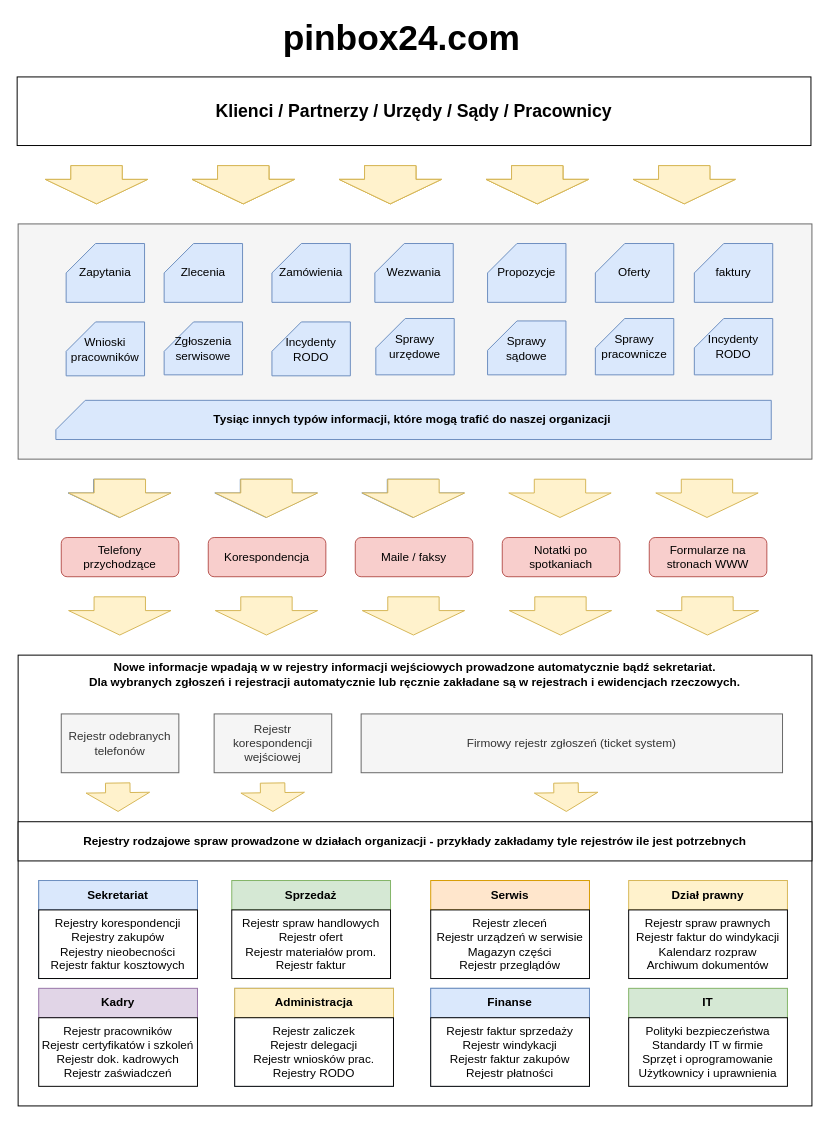
Above: flow-types.drawio in radieu/p24 (draw.io), before the change. Source tidied: cells renumbered, new cells numbered last; positions are measured from the earlier drawing's top-left corner, leaving out a move shared by most shapes. Both pictures are drawn from the tidied source at 98%, with x=0, y=0 at pixel (17, 27).
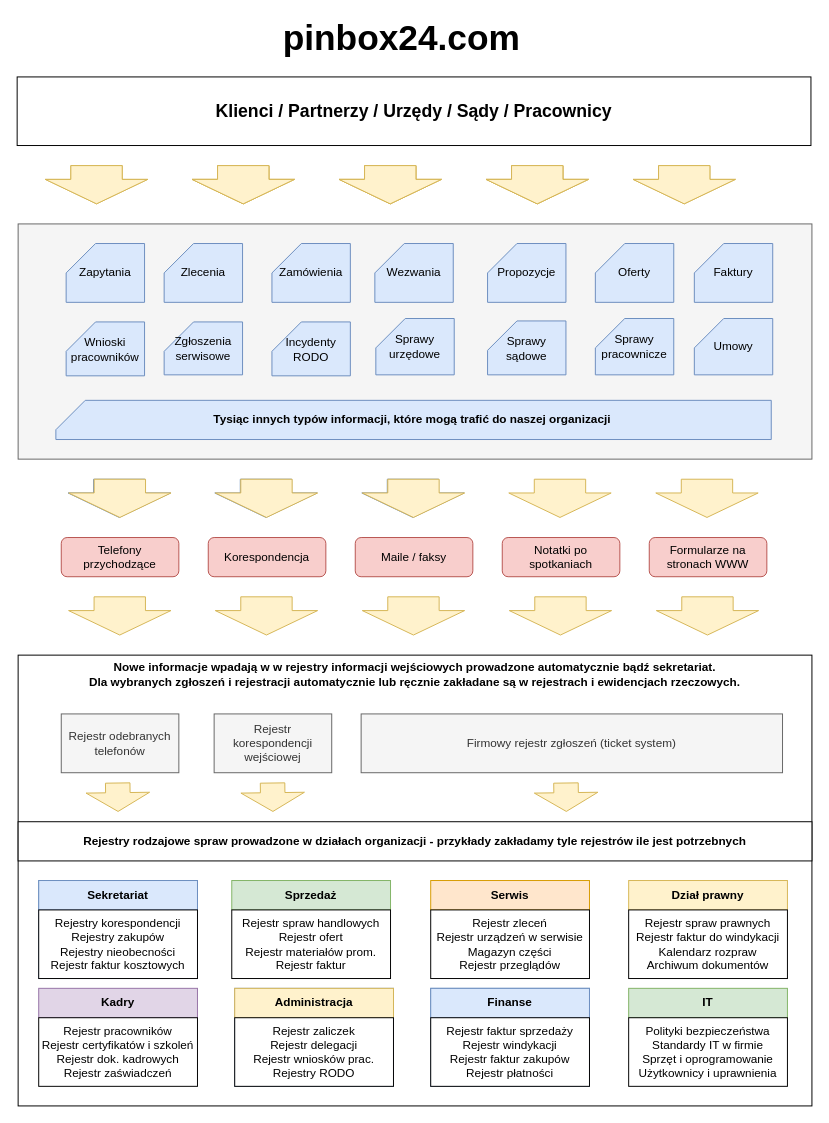
Above is the later version.

Change to the diagram source:
```diff
@@
-    <mxCell id="24" value="faktury" style="shape=card;whiteSpace=wrap;html=1;fillColor=#dae8fc;strokeColor=#6c8ebf;" parent="1" vertex="1">
+    <mxCell id="24" value="Faktury" style="shape=card;whiteSpace=wrap;html=1;fillColor=#dae8fc;strokeColor=#6c8ebf;" parent="1" vertex="1">
       <mxGeometry x="691" y="220" width="80" height="60" as="geometry" />
     </mxCell>
@@
-    <mxCell id="31" value="Incydenty RODO" style="shape=card;whiteSpace=wrap;html=1;fillColor=#dae8fc;strokeColor=#6c8ebf;" parent="1" vertex="1">
+    <mxCell id="31" value="Umowy" style="shape=card;whiteSpace=wrap;html=1;fillColor=#dae8fc;strokeColor=#6c8ebf;" parent="1" vertex="1">
       <mxGeometry x="691" y="296.5" width="80" height="57.5" as="geometry" />
     </mxCell>
```
